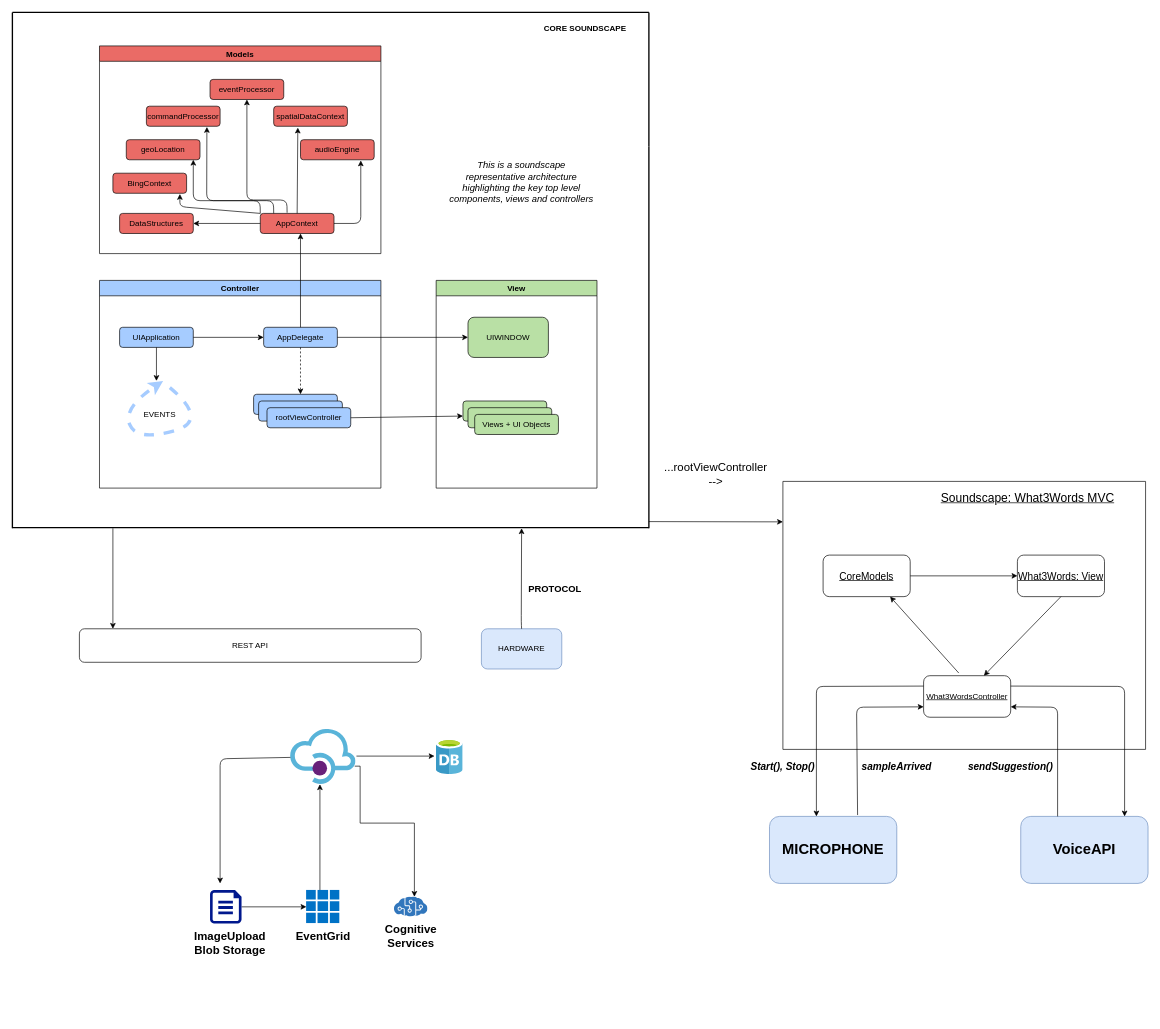
This is InsideLook.drawio from willdonlan8/test, a draw.io file, before an edit. Source tidied: cells renumbered, new cells numbered last; positions are measured from the earlier drawing's top-left corner, leaving out a move shared by most shapes. Both pictures are drawn from the tidied source at 67%, with x=0, y=0 at pixel (12, 12).
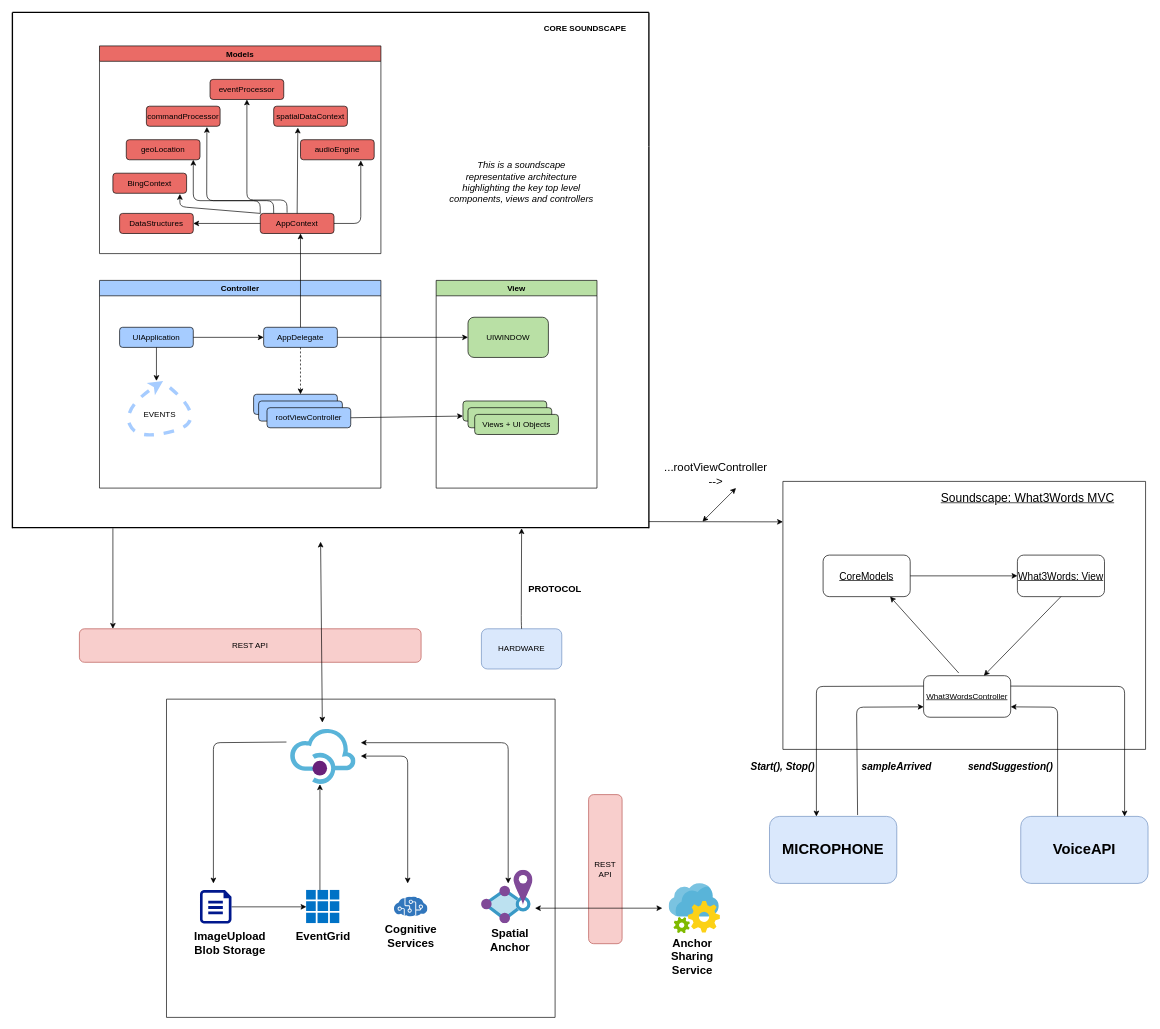
The same page after the edit.

The change refers to these unchanged cells:
```xml
<mxCell id="43" style="html=1;points=[];align=center;image;fontSize=12;image=img/lib/mscae/API_Management.svg;" parent="1" vertex="1">
  <mxGeometry x="415" y="1070" width="97.6" height="82" as="geometry" />
</mxCell>
<mxCell id="44" style="html=1;points=[];align=center;image;fontSize=12;image=img/lib/mscae/Cognitive_Services.svg;dashed=1;strokeColor=#000000;strokeWidth=1;" parent="1" vertex="1">
  <mxGeometry x="570" y="1320" width="50" height="30" as="geometry" />
</mxCell>
```

The edit, as a diff of the source:
```diff
@@
-    <mxCell id="45" style="html=1;align=center;image;fontSize=12;image=img/lib/mscae/Database_General.svg;dashed=1;strokeColor=#000000;strokeWidth=1;" parent="1" vertex="1">
-      <mxGeometry x="632.5" y="1084.7" width="40" height="52.6" as="geometry" />
-    </mxCell>
@@
     <mxCell id="49" style="shadow=0;dashed=0;html=1;strokeColor=none;labelPosition=center;verticalLabelPosition=bottom;verticalAlign=top;align=center;fillColor=#00188D;shape=mxgraph.azure.file;" parent="1" vertex="1">
-      <mxGeometry x="295" y="1310" width="47" height="50" as="geometry" />
+      <mxGeometry x="280" y="1310" width="47" height="50" as="geometry" />
     </mxCell>
@@
-    <mxCell id="53" style="endArrow=classic;html=1;strokeColor=#000000;strokeWidth=1;fillColor=#000000;" parent="1" edge="1" source="43">
+    <mxCell id="53" style="endArrow=classic;html=1;strokeColor=#000000;strokeWidth=1;fillColor=#000000;exitX=-0.061;exitY=0.232;exitDx=0;exitDy=0;exitPerimeter=0;" parent="1" edge="1" source="43">
       <mxGeometry relative="1" as="geometry">
-        <mxPoint x="310" y="1300" as="targetPoint" />
+        <mxPoint x="300" y="1300" as="targetPoint" />
         <Array as="points">
-          <mxPoint x="310" y="1114" />
+          <mxPoint x="300" y="1090" />
         </Array>
       </mxGeometry>
     </mxCell>
-    <mxCell id="54" style="edgeStyle=orthogonalEdgeStyle;rounded=0;jettySize=auto;html=1;exitX=1.009;exitY=0.488;exitDx=0;exitDy=0;exitPerimeter=0;" parent="1" edge="1" source="43">
-      <mxGeometry relative="1" as="geometry">
-        <mxPoint x="630" y="1110" as="targetPoint" />
-        <Array as="points">
-          <mxPoint x="630" y="1110" />
-        </Array>
-      </mxGeometry>
-    </mxCell>
@@
-    <mxCell id="58" style="edgeStyle=orthogonalEdgeStyle;rounded=0;jettySize=auto;html=1;exitX=0.983;exitY=0.671;exitDx=0;exitDy=0;exitPerimeter=0;" parent="1" edge="1" source="43" target="44">
-      <mxGeometry relative="1" as="geometry">
-        <Array as="points">
-          <mxPoint x="519" y="1125" />
-          <mxPoint x="519" y="1210" />
-          <mxPoint x="600" y="1210" />
-        </Array>
-      </mxGeometry>
-    </mxCell>
@@
-    <mxCell id="79" value="REST API" style="rounded=1;whiteSpace=wrap;html=1;" parent="1" vertex="1">
+    <mxCell id="79" value="REST API" style="rounded=1;whiteSpace=wrap;html=1;fillColor=#f8cecc;strokeColor=#b85450;" parent="1" vertex="1">
       <mxGeometry x="100" y="920" width="510" height="50" as="geometry" />
     </mxCell>
@@
+    <mxCell id="81" style="sketch=0;html=1;align=center;image;fontSize=12;image=img/lib/mscae/Spatial_Anchor.svg;" parent="1" vertex="1">
+      <mxGeometry x="700" y="1280" width="76.8" height="80" as="geometry" />
+    </mxCell>
+    <mxCell id="82" value="&lt;font style=&quot;font-size: 17px&quot;&gt;&lt;b&gt;Spatial Anchor&lt;br&gt;&lt;/b&gt;&lt;/font&gt;" style="text;html=1;strokeColor=none;fillColor=none;align=center;verticalAlign=middle;whiteSpace=wrap;rounded=0;dashed=1;" parent="1" vertex="1">
+      <mxGeometry x="717.5" y="1375" width="50" height="20" as="geometry" />
+    </mxCell>
+    <mxCell id="83" value="REST API" style="rounded=1;whiteSpace=wrap;html=1;direction=south;fillColor=#f8cecc;strokeColor=#b85450;" parent="1" vertex="1">
+      <mxGeometry x="860" y="1167.5" width="50" height="222.5" as="geometry" />
+    </mxCell>
+    <mxCell id="84" style="sketch=0;html=1;align=center;image;fontSize=12;image=img/lib/mscae/App_Configuration.svg;" parent="1" vertex="1">
+      <mxGeometry x="980" y="1300" width="76.5" height="75" as="geometry" />
+    </mxCell>
+    <mxCell id="85" value="&lt;font style=&quot;font-size: 17px&quot;&gt;&lt;b&gt;Anchor&lt;br&gt;Sharing Service&lt;br&gt;&lt;/b&gt;&lt;/font&gt;" style="text;html=1;strokeColor=none;fillColor=none;align=center;verticalAlign=middle;whiteSpace=wrap;rounded=0;dashed=1;" parent="1" vertex="1">
+      <mxGeometry x="990" y="1350" width="50" height="120" as="geometry" />
+    </mxCell>
+    <mxCell id="86" style="endArrow=classic;startArrow=classic;html=1;" parent="1" edge="1">
+      <mxGeometry relative="1" as="geometry">
+        <mxPoint x="780" y="1337" as="sourcePoint" />
+        <mxPoint x="970" y="1337" as="targetPoint" />
+      </mxGeometry>
+    </mxCell>
+    <mxCell id="87" style="endArrow=classic;startArrow=classic;html=1;" parent="1" edge="1">
+      <mxGeometry relative="1" as="geometry">
+        <mxPoint x="462.6" y="1060" as="sourcePoint" />
+        <mxPoint x="460" y="790" as="targetPoint" />
+      </mxGeometry>
+    </mxCell>
+    <mxCell id="88" style="endArrow=classic;startArrow=classic;html=1;" parent="1" edge="1">
+      <mxGeometry relative="1" as="geometry">
+        <mxPoint x="1030" y="760" as="sourcePoint" />
+        <mxPoint x="1080" y="710" as="targetPoint" />
+      </mxGeometry>
+    </mxCell>
+    <mxCell id="89" style="endArrow=classic;startArrow=classic;html=1;" parent="1" edge="1">
+      <mxGeometry relative="1" as="geometry">
+        <mxPoint x="590" y="1300" as="sourcePoint" />
+        <mxPoint x="520" y="1110" as="targetPoint" />
+        <Array as="points">
+          <mxPoint x="590" y="1110" />
+        </Array>
+      </mxGeometry>
+    </mxCell>
+    <mxCell id="90" style="endArrow=classic;startArrow=classic;html=1;" parent="1" edge="1">
+      <mxGeometry relative="1" as="geometry">
+        <mxPoint x="740" y="1300" as="sourcePoint" />
+        <mxPoint x="520" y="1090" as="targetPoint" />
+        <Array as="points">
+          <mxPoint x="740" y="1090" />
+        </Array>
+      </mxGeometry>
+    </mxCell>
+    <mxCell id="91" style="swimlane;startSize=0;" parent="1" vertex="1">
+      <mxGeometry x="230" y="1025" width="580" height="475" as="geometry" />
+    </mxCell>
```
